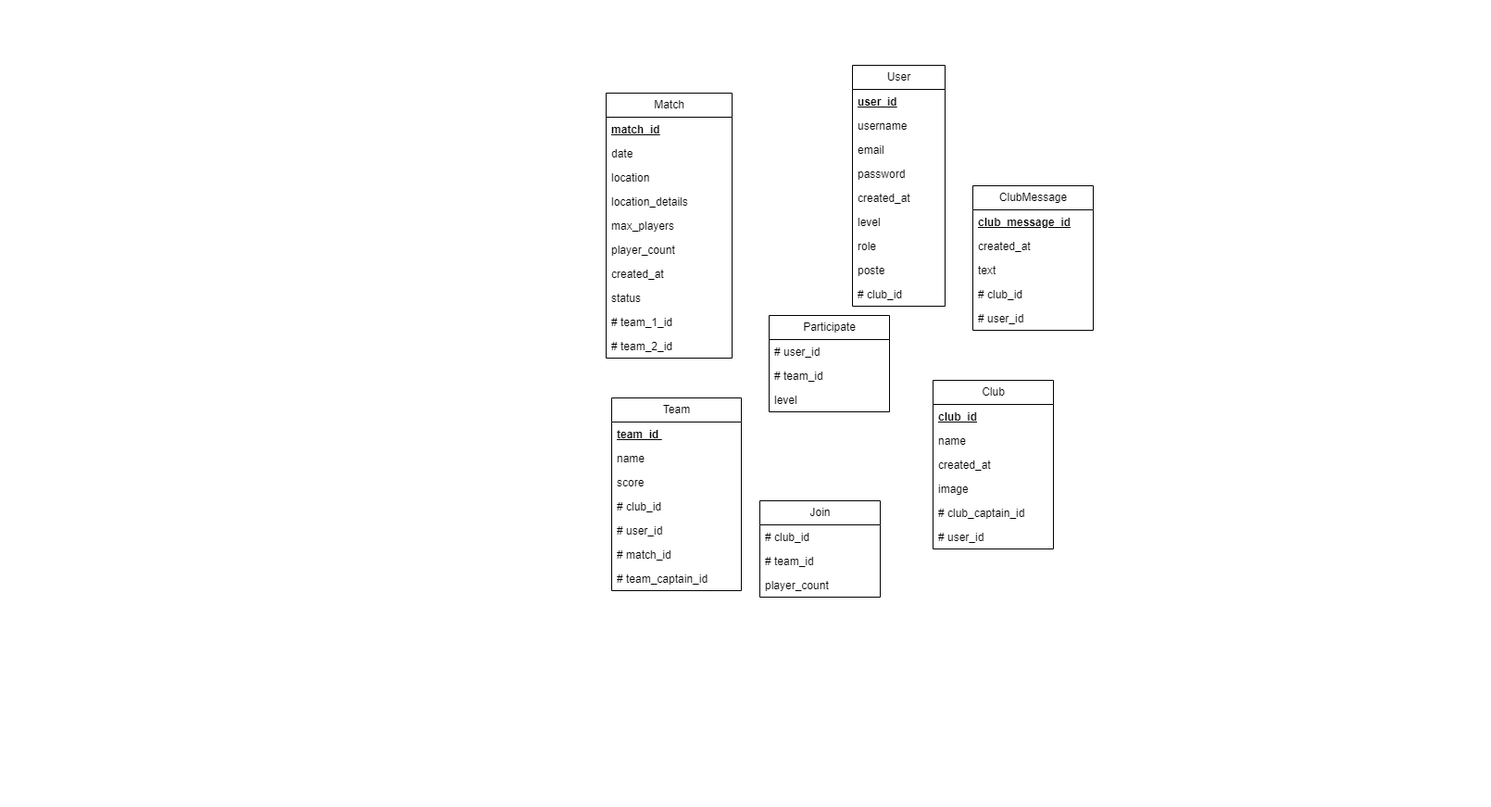
Above: MLD.drawio.png in Mathistrg/Styx (draw.io), before the change. Source tidied: cells renumbered, new cells last; positions are measured from the earlier drawing's top-left corner, leaving out a move shared by most shapes.
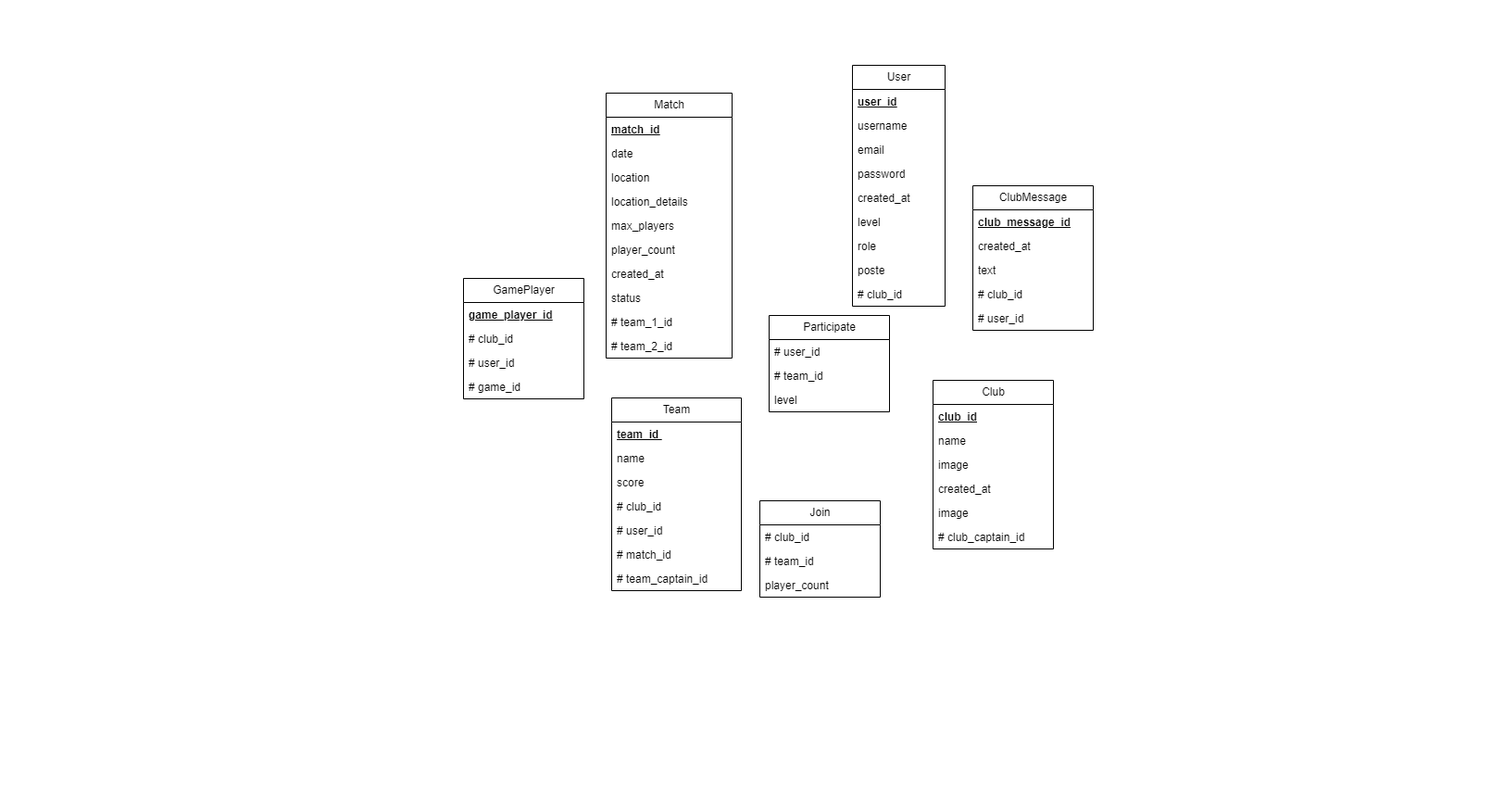
The same file after the commit.

Commit message:
Mettre à jour MLD.drawio.png

What changed in the source:
```diff
@@ -77,18 +77,18 @@
     <mxCell id="26" value="name&lt;span style=&quot;white-space: pre;&quot;&gt;&#9;&lt;/span&gt;&lt;span style=&quot;white-space: pre;&quot;&gt;&#9;&lt;/span&gt;" style="text;strokeColor=none;fillColor=none;align=left;verticalAlign=top;spacingLeft=4;spacingRight=4;overflow=hidden;whiteSpace=wrap;html=1;" parent="24" vertex="1">
       <mxGeometry y="52" width="130" height="26" as="geometry" />
     </mxCell>
+    <mxCell id="53" value="image" style="text;strokeColor=none;fillColor=none;align=left;verticalAlign=top;spacingLeft=4;spacingRight=4;overflow=hidden;whiteSpace=wrap;html=1;" parent="24" vertex="1">
+      <mxGeometry y="78" width="130" height="26" as="geometry" />
+    </mxCell>
     <mxCell id="27" value="created_at&lt;span style=&quot;white-space: pre;&quot;&gt;&#9;&lt;/span&gt;&lt;span style=&quot;white-space: pre;&quot;&gt;&#9;&lt;/span&gt;" style="text;strokeColor=none;fillColor=none;align=left;verticalAlign=top;spacingLeft=4;spacingRight=4;overflow=hidden;whiteSpace=wrap;html=1;" parent="24" vertex="1">
-      <mxGeometry y="78" width="130" height="26" as="geometry" />
+      <mxGeometry y="104" width="130" height="26" as="geometry" />
     </mxCell>
     <mxCell id="28" value="image" style="text;strokeColor=none;fillColor=none;align=left;verticalAlign=top;spacingLeft=4;spacingRight=4;overflow=hidden;whiteSpace=wrap;html=1;" parent="24" vertex="1">
-      <mxGeometry y="104" width="130" height="26" as="geometry" />
+      <mxGeometry y="130" width="130" height="26" as="geometry" />
     </mxCell>
     <mxCell id="29" value="# club_captain_id&amp;nbsp;" style="text;strokeColor=none;fillColor=none;align=left;verticalAlign=top;spacingLeft=4;spacingRight=4;overflow=hidden;whiteSpace=wrap;html=1;" parent="24" vertex="1">
-      <mxGeometry y="130" width="130" height="26" as="geometry" />
+      <mxGeometry y="156" width="130" height="26" as="geometry" />
     </mxCell>
-    <mxCell id="30" value="# user_id&amp;nbsp;" style="text;strokeColor=none;fillColor=none;align=left;verticalAlign=top;spacingLeft=4;spacingRight=4;overflow=hidden;whiteSpace=wrap;html=1;" parent="24" vertex="1">
-      <mxGeometry y="156" width="130" height="26" as="geometry" />
-    </mxCell>
     <mxCell id="31" value="Team" style="swimlane;fontStyle=0;horizontal=1;startSize=26;fillColor=none;html=1;" parent="1" vertex="1">
       <mxGeometry x="660" y="429" width="140" height="208" as="geometry" />
     </mxCell>
@@ -155,5 +155,20 @@
     <mxCell id="52" value="# user_id&amp;nbsp;" style="text;strokeColor=none;fillColor=none;align=left;verticalAlign=top;spacingLeft=4;spacingRight=4;overflow=hidden;whiteSpace=wrap;html=1;" parent="47" vertex="1">
       <mxGeometry y="130" width="130" height="26" as="geometry" />
     </mxCell>
+    <mxCell id="54" value="GamePlayer" style="swimlane;fontStyle=0;horizontal=1;startSize=26;fillColor=none;html=1;" parent="1" vertex="1">
+      <mxGeometry x="500" y="300" width="130" height="130" as="geometry" />
+    </mxCell>
+    <mxCell id="55" value="&lt;u&gt;&lt;b&gt;game_player_id&lt;/b&gt;&lt;/u&gt;" style="text;strokeColor=none;fillColor=none;align=left;verticalAlign=top;spacingLeft=4;spacingRight=4;overflow=hidden;whiteSpace=wrap;html=1;" parent="54" vertex="1">
+      <mxGeometry y="26" width="130" height="26" as="geometry" />
+    </mxCell>
+    <mxCell id="56" value="# club_id&amp;nbsp;" style="text;strokeColor=none;fillColor=none;align=left;verticalAlign=top;spacingLeft=4;spacingRight=4;overflow=hidden;whiteSpace=wrap;html=1;" parent="54" vertex="1">
+      <mxGeometry y="52" width="130" height="26" as="geometry" />
+    </mxCell>
+    <mxCell id="30" value="# user_id&amp;nbsp;" style="text;strokeColor=none;fillColor=none;align=left;verticalAlign=top;spacingLeft=4;spacingRight=4;overflow=hidden;whiteSpace=wrap;html=1;" parent="54" vertex="1">
+      <mxGeometry y="78" width="130" height="26" as="geometry" />
+    </mxCell>
+    <mxCell id="57" value="# game_id&amp;nbsp;" style="text;strokeColor=none;fillColor=none;align=left;verticalAlign=top;spacingLeft=4;spacingRight=4;overflow=hidden;whiteSpace=wrap;html=1;" parent="54" vertex="1">
+      <mxGeometry y="104" width="130" height="26" as="geometry" />
+    </mxCell>
   </root>
 </mxGraphModel>
```
